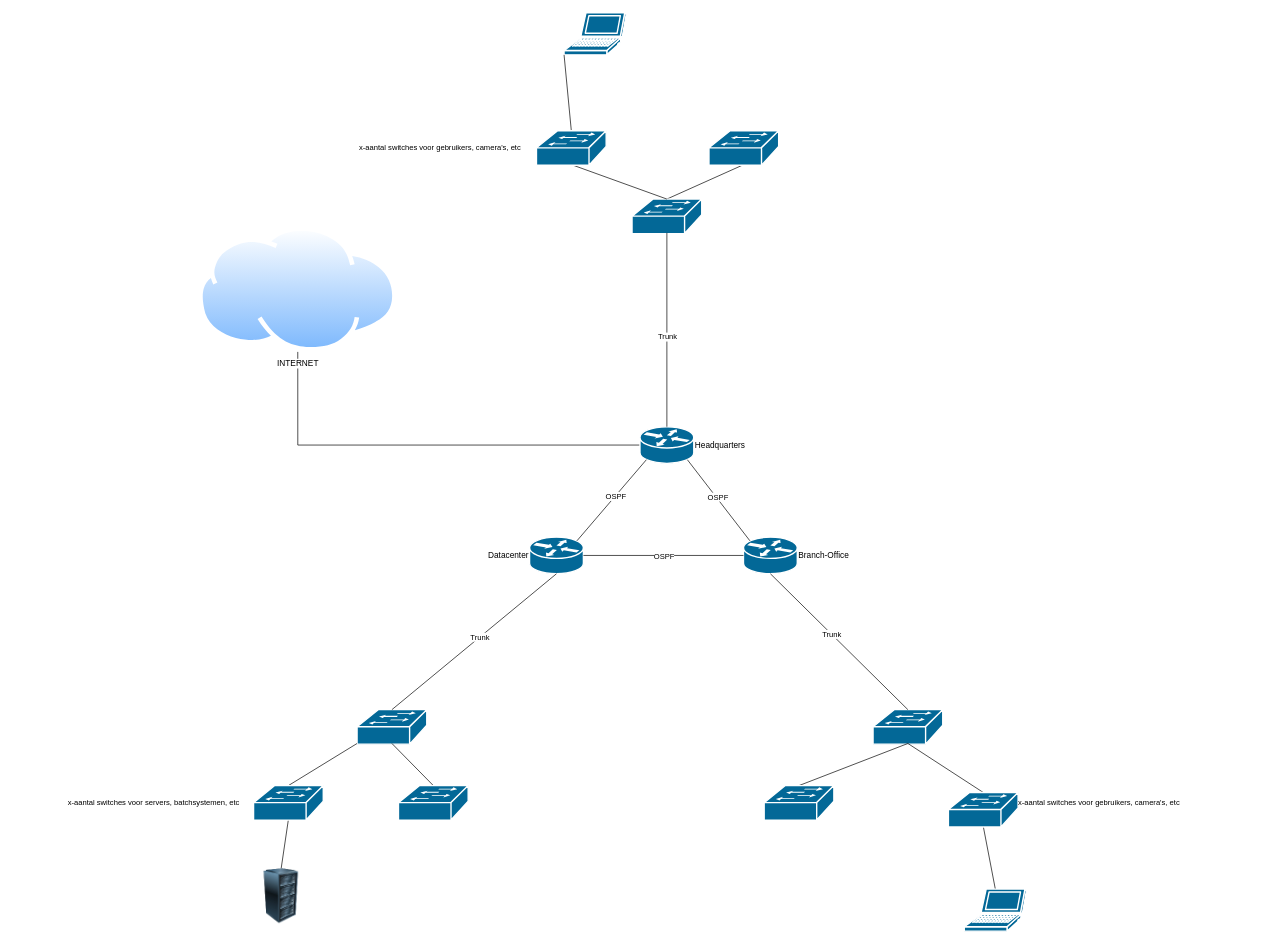
Above: Diagram/RSW23-24.drawio in ArnoUCLL/RSW23-24 (draw.io), before the change. Source tidied: cells renumbered, new cells numbered last; positions are measured from the earlier drawing's top-left corner, leaving out a move shared by most shapes. Both pictures are drawn from the tidied source at 69%, with x=0, y=0 at pixel (60, 12).
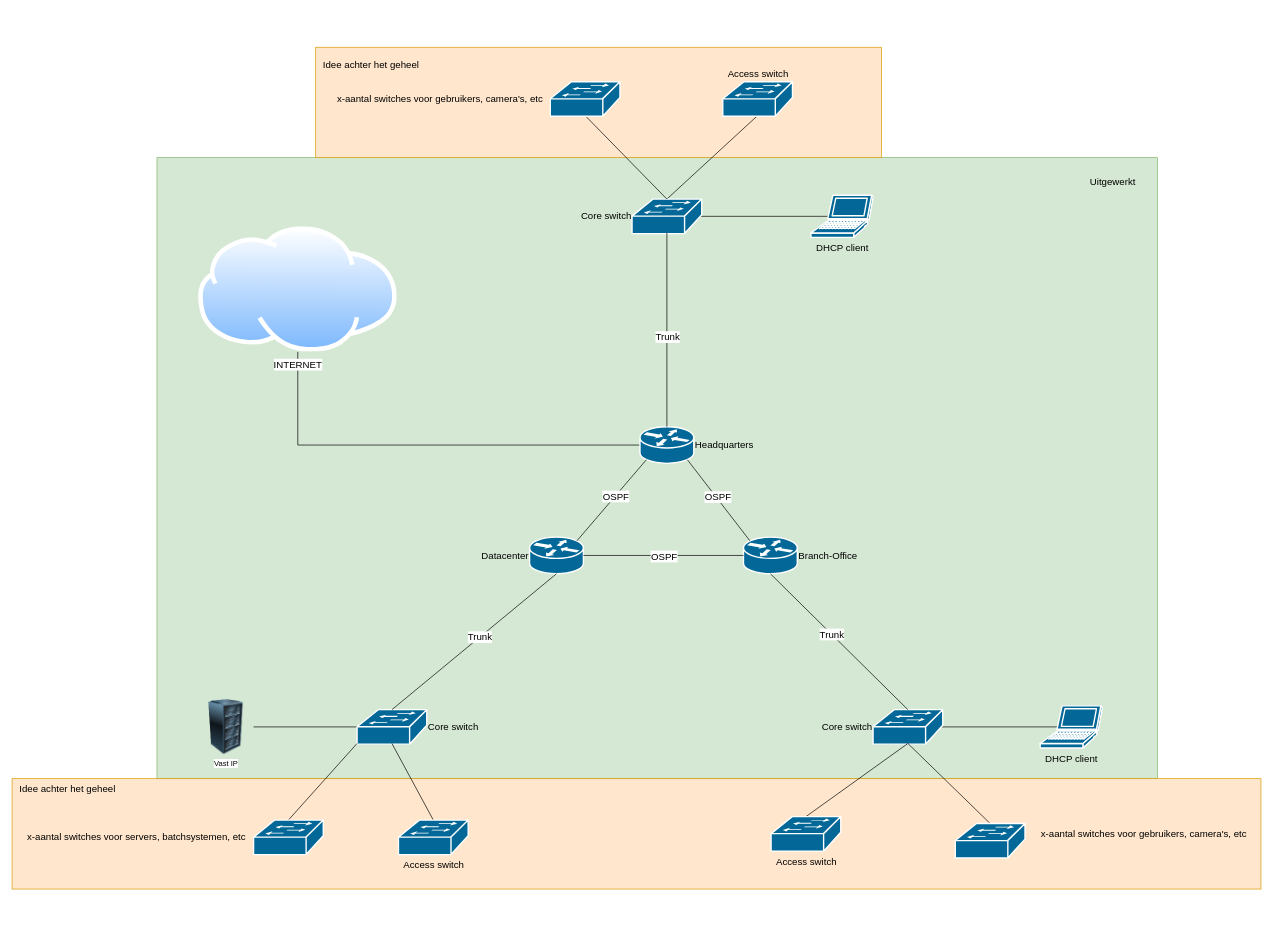
The same page after the edit.

The change refers to these unchanged cells:
```xml
<mxCell id="7" style="edgeStyle=none;shape=connector;rounded=0;jettySize=auto;html=1;exitX=0.12;exitY=0.9;exitDx=0;exitDy=0;exitPerimeter=0;entryX=0.88;entryY=0.1;entryDx=0;entryDy=0;entryPerimeter=0;labelBackgroundColor=default;strokeColor=default;align=center;verticalAlign=middle;fontFamily=Helvetica;fontSize=11;fontColor=default;endArrow=none;endFill=0;" parent="1" edge="1" source="3" target="5">
  <mxGeometry relative="1" as="geometry" />
</mxCell>
<mxCell id="9" style="edgeStyle=none;shape=connector;rounded=0;jettySize=auto;html=1;exitX=1;exitY=0.5;exitDx=0;exitDy=0;exitPerimeter=0;entryX=0;entryY=0.5;entryDx=0;entryDy=0;entryPerimeter=0;labelBackgroundColor=default;strokeColor=default;align=center;verticalAlign=middle;fontFamily=Helvetica;fontSize=11;fontColor=default;endArrow=none;endFill=0;" parent="1" edge="1" source="5" target="4">
  <mxGeometry relative="1" as="geometry" />
</mxCell>
<mxCell id="11" style="edgeStyle=none;shape=connector;rounded=0;jettySize=auto;html=1;exitX=0.12;exitY=0.1;exitDx=0;exitDy=0;exitPerimeter=0;entryX=0.88;entryY=0.9;entryDx=0;entryDy=0;entryPerimeter=0;labelBackgroundColor=default;strokeColor=default;align=center;verticalAlign=middle;fontFamily=Helvetica;fontSize=11;fontColor=default;endArrow=none;endFill=0;" parent="1" edge="1" source="4" target="3">
  <mxGeometry relative="1" as="geometry" />
</mxCell>
<mxCell id="15" style="edgeStyle=none;shape=connector;rounded=0;jettySize=auto;html=1;exitX=0.5;exitY=0;exitDx=0;exitDy=0;exitPerimeter=0;entryX=0.5;entryY=0.98;entryDx=0;entryDy=0;entryPerimeter=0;labelBackgroundColor=default;strokeColor=default;align=center;verticalAlign=middle;fontFamily=Helvetica;fontSize=11;fontColor=default;endArrow=none;endFill=0;" parent="1" edge="1" source="3" target="14">
  <mxGeometry relative="1" as="geometry" />
</mxCell>
<mxCell id="19" style="edgeStyle=none;shape=connector;rounded=0;jettySize=auto;html=1;exitX=0.5;exitY=1;exitDx=0;exitDy=0;exitPerimeter=0;entryX=0.5;entryY=0;entryDx=0;entryDy=0;entryPerimeter=0;labelBackgroundColor=default;strokeColor=default;align=center;verticalAlign=middle;fontFamily=Helvetica;fontSize=11;fontColor=default;endArrow=none;endFill=0;" parent="1" edge="1" source="5" target="17">
  <mxGeometry relative="1" as="geometry" />
</mxCell>
<mxCell id="21" style="edgeStyle=none;shape=connector;rounded=0;jettySize=auto;html=1;exitX=0.5;exitY=1;exitDx=0;exitDy=0;exitPerimeter=0;entryX=0.5;entryY=0;entryDx=0;entryDy=0;entryPerimeter=0;labelBackgroundColor=default;strokeColor=default;align=center;verticalAlign=middle;fontFamily=Helvetica;fontSize=11;fontColor=default;endArrow=none;endFill=0;" parent="1" edge="1" source="4" target="18">
  <mxGeometry relative="1" as="geometry" />
</mxCell>
```

Change to the diagram source:
```diff
@@
+    <mxCell id="43" style="rounded=0;whiteSpace=wrap;html=1;fontFamily=Helvetica;fontSize=11;fillColor=#d5e8d4;strokeColor=#82b366;" parent="1" vertex="1">
+      <mxGeometry x="140" y="210" width="1450" height="900" as="geometry" />
+    </mxCell>
+    <mxCell id="44" style="rounded=0;whiteSpace=wrap;html=1;fontFamily=Helvetica;fontSize=11;fillColor=#ffe6cc;strokeColor=#d79b00;" parent="1" vertex="1">
+      <mxGeometry x="370" y="50" width="820" height="160" as="geometry" />
+    </mxCell>
+    <mxCell id="45" style="rounded=0;whiteSpace=wrap;html=1;fontFamily=Helvetica;fontSize=11;fillColor=#ffe6cc;strokeColor=#d79b00;" parent="1" vertex="1">
+      <mxGeometry x="-70" y="1110" width="1810" height="160" as="geometry" />
+    </mxCell>
@@
-    <mxCell id="3" value="Headquarters" style="shape=mxgraph.cisco.routers.router;sketch=0;html=1;dashed=0;fillColor=#036897;strokeColor=#ffffff;strokeWidth=2;verticalLabelPosition=middle;verticalAlign=middle;align=left;outlineConnect=0;labelPosition=right;" parent="1" vertex="1">
+    <mxCell id="3" value="Headquarters" style="shape=mxgraph.cisco.routers.router;sketch=0;html=1;dashed=0;fillColor=#036897;strokeColor=#ffffff;strokeWidth=2;verticalLabelPosition=middle;verticalAlign=middle;align=left;outlineConnect=0;labelPosition=right;fontSize=14;" parent="1" vertex="1">
       <mxGeometry x="840" y="600" width="78" height="53" as="geometry" />
     </mxCell>
-    <mxCell id="4" value="Branch-Office" style="shape=mxgraph.cisco.routers.router;sketch=0;html=1;dashed=0;fillColor=#036897;strokeColor=#ffffff;strokeWidth=2;verticalLabelPosition=middle;verticalAlign=middle;align=left;outlineConnect=0;labelPosition=right;" parent="1" vertex="1">
+    <mxCell id="4" value="Branch-Office" style="shape=mxgraph.cisco.routers.router;sketch=0;html=1;dashed=0;fillColor=#036897;strokeColor=#ffffff;strokeWidth=2;verticalLabelPosition=middle;verticalAlign=middle;align=left;outlineConnect=0;labelPosition=right;fontSize=14;" parent="1" vertex="1">
       <mxGeometry x="990" y="760" width="78" height="53" as="geometry" />
     </mxCell>
-    <mxCell id="5" value="Datacenter" style="shape=mxgraph.cisco.routers.router;sketch=0;html=1;dashed=0;fillColor=#036897;strokeColor=#ffffff;strokeWidth=2;verticalLabelPosition=middle;verticalAlign=middle;align=right;outlineConnect=0;labelPosition=left;" parent="1" vertex="1">
+    <mxCell id="5" value="Datacenter" style="shape=mxgraph.cisco.routers.router;sketch=0;html=1;dashed=0;fillColor=#036897;strokeColor=#ffffff;strokeWidth=2;verticalLabelPosition=middle;verticalAlign=middle;align=right;outlineConnect=0;labelPosition=left;fontSize=14;" parent="1" vertex="1">
       <mxGeometry x="680" y="760" width="78" height="53" as="geometry" />
     </mxCell>
-    <mxCell id="6" value="INTERNET" style="image;perimeter=ellipsePerimeter;html=1;align=center;shadow=0;dashed=0;spacingTop=3;image=img/lib/active_directory/internet_cloud.svg;" parent="1" vertex="1">
+    <mxCell id="6" value="INTERNET" style="image;perimeter=ellipsePerimeter;html=1;align=center;shadow=0;dashed=0;spacingTop=3;image=img/lib/active_directory/internet_cloud.svg;fontSize=14;" parent="1" vertex="1">
       <mxGeometry x="200" y="310" width="288.1" height="181.5" as="geometry" />
     </mxCell>
@@
-    <mxCell id="8" value="OSPF" style="edgeLabel;html=1;align=center;verticalAlign=middle;fontSize=11;fontFamily=Helvetica;fontColor=default;" parent="7" vertex="1">
+    <mxCell id="8" value="OSPF" style="edgeLabel;html=1;align=center;verticalAlign=middle;fontSize=14;fontFamily=Helvetica;fontColor=default;" parent="7" vertex="1">
       <mxGeometry x="-0.18" y="1" relative="1" as="geometry">
         <mxPoint x="-5" y="4" as="offset" />
       </mxGeometry>
     </mxCell>
@@
-    <mxCell id="10" value="OSPF" style="edgeLabel;html=1;align=center;verticalAlign=middle;fontSize=11;fontFamily=Helvetica;fontColor=default;" parent="9" vertex="1">
+    <mxCell id="10" value="OSPF" style="edgeLabel;html=1;align=center;verticalAlign=middle;fontSize=14;fontFamily=Helvetica;fontColor=default;" parent="9" vertex="1">
       <mxGeometry x="0.14" y="-3" relative="1" as="geometry">
         <mxPoint x="-16" y="-2" as="offset" />
       </mxGeometry>
     </mxCell>
@@
-    <mxCell id="12" value="OSPF" style="edgeLabel;html=1;align=center;verticalAlign=middle;fontSize=11;fontFamily=Helvetica;fontColor=default;" parent="11" vertex="1">
+    <mxCell id="12" value="OSPF" style="edgeLabel;html=1;align=center;verticalAlign=middle;fontSize=14;fontFamily=Helvetica;fontColor=default;" parent="11" vertex="1">
       <mxGeometry x="0.15" y="-2" relative="1" as="geometry">
         <mxPoint x="3" y="5" as="offset" />
       </mxGeometry>
     </mxCell>
@@
+    <mxCell id="46" style="rounded=0;jettySize=auto;html=1;exitX=0.98;exitY=0.5;exitDx=0;exitDy=0;exitPerimeter=0;entryX=0.28;entryY=0.5;entryDx=0;entryDy=0;entryPerimeter=0;endArrow=none;endFill=0;" parent="1" edge="1" source="14" target="25">
+      <mxGeometry relative="1" as="geometry" />
+    </mxCell>
-    <mxCell id="14" style="shape=mxgraph.cisco.switches.workgroup_switch;sketch=0;html=1;dashed=0;fillColor=#036897;strokeColor=#ffffff;strokeWidth=2;verticalLabelPosition=bottom;verticalAlign=top;align=center;outlineConnect=0;fontFamily=Helvetica;fontSize=11;fontColor=default;" parent="1" vertex="1">
+    <mxCell id="14" value="Core switch" style="shape=mxgraph.cisco.switches.workgroup_switch;sketch=0;html=1;dashed=0;fillColor=#036897;strokeColor=#ffffff;strokeWidth=2;verticalLabelPosition=middle;verticalAlign=middle;align=right;outlineConnect=0;fontFamily=Helvetica;fontSize=14;fontColor=default;labelPosition=left;" parent="1" vertex="1">
       <mxGeometry x="828.5" y="270" width="101" height="50" as="geometry" />
     </mxCell>
@@
-    <mxCell id="16" value="Trunk" style="edgeLabel;html=1;align=center;verticalAlign=middle;fontSize=11;fontFamily=Helvetica;fontColor=default;" parent="15" vertex="1">
+    <mxCell id="16" value="Trunk" style="edgeLabel;html=1;align=center;verticalAlign=middle;fontSize=14;fontFamily=Helvetica;fontColor=default;" parent="15" vertex="1">
       <mxGeometry x="-0.07" relative="1" as="geometry" />
     </mxCell>
+    <mxCell id="47" style="edgeStyle=none;shape=connector;rounded=0;jettySize=auto;html=1;exitX=0;exitY=0.5;exitDx=0;exitDy=0;exitPerimeter=0;entryX=1;entryY=0.5;entryDx=0;entryDy=0;labelBackgroundColor=default;strokeColor=default;fontFamily=Helvetica;fontSize=11;fontColor=default;endArrow=none;endFill=0;" parent="1" edge="1" source="17" target="39">
+      <mxGeometry relative="1" as="geometry" />
+    </mxCell>
-    <mxCell id="17" style="shape=mxgraph.cisco.switches.workgroup_switch;sketch=0;html=1;dashed=0;fillColor=#036897;strokeColor=#ffffff;strokeWidth=2;verticalLabelPosition=bottom;verticalAlign=top;align=center;outlineConnect=0;fontFamily=Helvetica;fontSize=11;fontColor=default;" parent="1" vertex="1">
+    <mxCell id="17" value="Core switch" style="shape=mxgraph.cisco.switches.workgroup_switch;sketch=0;html=1;dashed=0;fillColor=#036897;strokeColor=#ffffff;strokeWidth=2;verticalLabelPosition=middle;verticalAlign=middle;align=left;outlineConnect=0;fontFamily=Helvetica;fontSize=14;fontColor=default;labelPosition=right;" parent="1" vertex="1">
       <mxGeometry x="430" y="1010" width="101" height="50" as="geometry" />
     </mxCell>
+    <mxCell id="48" style="edgeStyle=none;shape=connector;rounded=0;jettySize=auto;html=1;exitX=0.98;exitY=0.5;exitDx=0;exitDy=0;exitPerimeter=0;entryX=0.28;entryY=0.5;entryDx=0;entryDy=0;entryPerimeter=0;labelBackgroundColor=default;strokeColor=default;fontFamily=Helvetica;fontSize=11;fontColor=default;endArrow=none;endFill=0;" parent="1" edge="1" source="18" target="24">
+      <mxGeometry relative="1" as="geometry" />
+    </mxCell>
-    <mxCell id="18" style="shape=mxgraph.cisco.switches.workgroup_switch;sketch=0;html=1;dashed=0;fillColor=#036897;strokeColor=#ffffff;strokeWidth=2;verticalLabelPosition=bottom;verticalAlign=top;align=center;outlineConnect=0;fontFamily=Helvetica;fontSize=11;fontColor=default;" parent="1" vertex="1">
+    <mxCell id="18" value="Core switch" style="shape=mxgraph.cisco.switches.workgroup_switch;sketch=0;html=1;dashed=0;fillColor=#036897;strokeColor=#ffffff;strokeWidth=2;verticalLabelPosition=middle;verticalAlign=middle;align=right;outlineConnect=0;fontFamily=Helvetica;fontSize=14;fontColor=default;labelPosition=left;" parent="1" vertex="1">
       <mxGeometry x="1177.8" y="1010" width="101" height="50" as="geometry" />
     </mxCell>
@@
-    <mxCell id="20" value="Trunk" style="edgeLabel;html=1;align=center;verticalAlign=middle;fontSize=11;fontFamily=Helvetica;fontColor=default;" parent="19" vertex="1">
+    <mxCell id="20" value="Trunk" style="edgeLabel;html=1;align=center;verticalAlign=middle;fontSize=14;fontFamily=Helvetica;fontColor=default;" parent="19" vertex="1">
       <mxGeometry x="-0.07" relative="1" as="geometry" />
     </mxCell>
@@
-    <mxCell id="22" value="Trunk" style="edgeLabel;html=1;align=center;verticalAlign=middle;fontSize=11;fontFamily=Helvetica;fontColor=default;" parent="21" vertex="1">
+    <mxCell id="22" value="Trunk" style="edgeLabel;html=1;align=center;verticalAlign=middle;fontSize=14;fontFamily=Helvetica;fontColor=default;" parent="21" vertex="1">
       <mxGeometry x="-0.11" relative="1" as="geometry" />
     </mxCell>
-    <mxCell id="23" style="edgeStyle=none;shape=connector;rounded=0;jettySize=auto;html=1;exitX=0.5;exitY=0;exitDx=0;exitDy=0;exitPerimeter=0;entryX=0.5;entryY=0.98;entryDx=0;entryDy=0;entryPerimeter=0;labelBackgroundColor=default;strokeColor=default;fontFamily=Helvetica;fontSize=11;fontColor=default;endArrow=none;endFill=0;" parent="1" edge="1" source="24" target="34">
-      <mxGeometry relative="1" as="geometry" />
-    </mxCell>
-    <mxCell id="24" style="shape=mxgraph.cisco.computers_and_peripherals.laptop;sketch=0;html=1;dashed=0;fillColor=#036897;strokeColor=#ffffff;strokeWidth=2;verticalLabelPosition=bottom;verticalAlign=top;align=center;outlineConnect=0;fontFamily=Helvetica;fontSize=11;fontColor=default;" parent="1" vertex="1">
-      <mxGeometry x="1310" y="1270" width="90" height="61" as="geometry" />
+    <mxCell id="24" value="DHCP client" style="shape=mxgraph.cisco.computers_and_peripherals.laptop;sketch=0;html=1;dashed=0;fillColor=#036897;strokeColor=#ffffff;strokeWidth=2;verticalLabelPosition=bottom;verticalAlign=top;align=center;outlineConnect=0;fontFamily=Helvetica;fontSize=14;fontColor=default;" parent="1" vertex="1">
+      <mxGeometry x="1420" y="1004.5" width="90" height="61" as="geometry" />
     </mxCell>
-    <mxCell id="25" style="shape=mxgraph.cisco.computers_and_peripherals.laptop;sketch=0;html=1;dashed=0;fillColor=#036897;strokeColor=#ffffff;strokeWidth=2;verticalLabelPosition=bottom;verticalAlign=top;align=center;outlineConnect=0;fontFamily=Helvetica;fontSize=11;fontColor=default;" parent="1" vertex="1">
-      <mxGeometry x="730" width="90" height="61" as="geometry" />
+    <mxCell id="25" value="&lt;font style=&quot;font-size: 14px;&quot;&gt;DHCP client&lt;/font&gt;" style="shape=mxgraph.cisco.computers_and_peripherals.laptop;sketch=0;html=1;dashed=0;fillColor=#036897;strokeColor=#ffffff;strokeWidth=2;verticalLabelPosition=bottom;verticalAlign=top;align=center;outlineConnect=0;fontFamily=Helvetica;fontSize=14;fontColor=default;" parent="1" vertex="1">
+      <mxGeometry x="1087.8" y="264.5" width="90" height="61" as="geometry" />
     </mxCell>
@@
-    <mxCell id="27" style="shape=mxgraph.cisco.switches.workgroup_switch;sketch=0;html=1;dashed=0;fillColor=#036897;strokeColor=#ffffff;strokeWidth=2;verticalLabelPosition=bottom;verticalAlign=top;align=center;outlineConnect=0;fontFamily=Helvetica;fontSize=11;fontColor=default;" parent="1" vertex="1">
-      <mxGeometry x="490" y="1120" width="101" height="50" as="geometry" />
+    <mxCell id="27" value="Access switch" style="shape=mxgraph.cisco.switches.workgroup_switch;sketch=0;html=1;dashed=0;fillColor=#036897;strokeColor=#ffffff;strokeWidth=2;verticalLabelPosition=bottom;verticalAlign=top;align=center;outlineConnect=0;fontFamily=Helvetica;fontSize=14;fontColor=default;" parent="1" vertex="1">
+      <mxGeometry x="490" y="1170" width="101" height="50" as="geometry" />
     </mxCell>
@@
-    <mxCell id="29" style="edgeStyle=none;shape=connector;rounded=0;jettySize=auto;html=1;exitX=0.5;exitY=0.98;exitDx=0;exitDy=0;exitPerimeter=0;entryX=0.5;entryY=0;entryDx=0;entryDy=0;labelBackgroundColor=default;strokeColor=default;fontFamily=Helvetica;fontSize=11;fontColor=default;endArrow=none;endFill=0;" parent="1" edge="1" source="30" target="39">
-      <mxGeometry relative="1" as="geometry" />
-    </mxCell>
     <mxCell id="30" style="shape=mxgraph.cisco.switches.workgroup_switch;sketch=0;html=1;dashed=0;fillColor=#036897;strokeColor=#ffffff;strokeWidth=2;verticalLabelPosition=bottom;verticalAlign=top;align=center;outlineConnect=0;fontFamily=Helvetica;fontSize=11;fontColor=default;" parent="1" vertex="1">
-      <mxGeometry x="280" y="1120" width="101" height="50" as="geometry" />
+      <mxGeometry x="280" y="1170" width="101" height="50" as="geometry" />
     </mxCell>
@@
-    <mxCell id="32" style="shape=mxgraph.cisco.switches.workgroup_switch;sketch=0;html=1;dashed=0;fillColor=#036897;strokeColor=#ffffff;strokeWidth=2;verticalLabelPosition=bottom;verticalAlign=top;align=center;outlineConnect=0;fontFamily=Helvetica;fontSize=11;fontColor=default;" parent="1" vertex="1">
-      <mxGeometry x="1020" y="1120" width="101" height="50" as="geometry" />
+    <mxCell id="32" value="Access switch" style="shape=mxgraph.cisco.switches.workgroup_switch;sketch=0;html=1;dashed=0;fillColor=#036897;strokeColor=#ffffff;strokeWidth=2;verticalLabelPosition=bottom;verticalAlign=top;align=center;outlineConnect=0;fontFamily=Helvetica;fontSize=14;fontColor=default;" parent="1" vertex="1">
+      <mxGeometry x="1030" y="1165" width="101" height="50" as="geometry" />
     </mxCell>
@@
     <mxCell id="34" style="shape=mxgraph.cisco.switches.workgroup_switch;sketch=0;html=1;dashed=0;fillColor=#036897;strokeColor=#ffffff;strokeWidth=2;verticalLabelPosition=bottom;verticalAlign=top;align=center;outlineConnect=0;fontFamily=Helvetica;fontSize=11;fontColor=default;" parent="1" vertex="1">
-      <mxGeometry x="1287" y="1130" width="101" height="50" as="geometry" />
+      <mxGeometry x="1297" y="1175" width="101" height="50" as="geometry" />
     </mxCell>
-    <mxCell id="35" style="edgeStyle=none;shape=connector;rounded=0;jettySize=auto;html=1;exitX=0.5;exitY=0;exitDx=0;exitDy=0;exitPerimeter=0;entryX=0;entryY=1;entryDx=0;entryDy=0;entryPerimeter=0;labelBackgroundColor=default;strokeColor=default;fontFamily=Helvetica;fontSize=11;fontColor=default;endArrow=none;endFill=0;" parent="1" edge="1" source="37" target="25">
-      <mxGeometry relative="1" as="geometry" />
-    </mxCell>
@@
     <mxCell id="37" style="shape=mxgraph.cisco.switches.workgroup_switch;sketch=0;html=1;dashed=0;fillColor=#036897;strokeColor=#ffffff;strokeWidth=2;verticalLabelPosition=bottom;verticalAlign=top;align=center;outlineConnect=0;fontFamily=Helvetica;fontSize=11;fontColor=default;" parent="1" vertex="1">
-      <mxGeometry x="690" y="171" width="101" height="50" as="geometry" />
+      <mxGeometry x="710" y="100" width="101" height="50" as="geometry" />
     </mxCell>
-    <mxCell id="38" style="shape=mxgraph.cisco.switches.workgroup_switch;sketch=0;html=1;dashed=0;fillColor=#036897;strokeColor=#ffffff;strokeWidth=2;verticalLabelPosition=bottom;verticalAlign=top;align=center;outlineConnect=0;fontFamily=Helvetica;fontSize=11;fontColor=default;" parent="1" vertex="1">
-      <mxGeometry x="940" y="171" width="101" height="50" as="geometry" />
+    <mxCell id="38" value="Access switch" style="shape=mxgraph.cisco.switches.workgroup_switch;sketch=0;html=1;dashed=0;fillColor=#036897;strokeColor=#ffffff;strokeWidth=2;verticalLabelPosition=top;verticalAlign=bottom;align=center;outlineConnect=0;fontFamily=Helvetica;fontSize=14;fontColor=default;labelPosition=center;" parent="1" vertex="1">
+      <mxGeometry x="960" y="100" width="101" height="50" as="geometry" />
     </mxCell>
-    <mxCell id="39" style="image;html=1;image=img/lib/clip_art/computers/Server_Rack_128x128.png;fontFamily=Helvetica;fontSize=11;fontColor=default;" parent="1" vertex="1">
-      <mxGeometry x="280" y="1240" width="80" height="80" as="geometry" />
+    <mxCell id="39" value="Vast IP" style="image;html=1;image=img/lib/clip_art/computers/Server_Rack_128x128.png;fontFamily=Helvetica;fontSize=11;fontColor=default;" parent="1" vertex="1">
+      <mxGeometry x="200" y="995" width="80" height="80" as="geometry" />
     </mxCell>
-    <mxCell id="40" value="x-aantal switches voor servers, batchsystemen, etc" style="text;html=1;align=center;verticalAlign=middle;strokeColor=none;fillColor=none;fontSize=11;fontFamily=Helvetica;fontColor=default;" parent="1" vertex="1">
-      <mxGeometry y="1130" width="270" height="30" as="geometry" />
+    <mxCell id="40" value="x-aantal switches voor servers, batchsystemen, etc" style="text;html=1;align=center;verticalAlign=middle;strokeColor=none;fillColor=none;fontSize=14;fontFamily=Helvetica;fontColor=default;" parent="1" vertex="1">
+      <mxGeometry x="-60" y="1180" width="340" height="30" as="geometry" />
     </mxCell>
-    <mxCell id="41" value="x-aantal switches voor gebruikers, camera's, etc" style="text;html=1;align=center;verticalAlign=middle;strokeColor=none;fillColor=none;fontSize=11;fontFamily=Helvetica;fontColor=default;" parent="1" vertex="1">
-      <mxGeometry x="1375" y="1130" width="260" height="30" as="geometry" />
+    <mxCell id="41" value="x-aantal switches voor gebruikers, camera's, etc" style="text;html=1;align=center;verticalAlign=middle;strokeColor=none;fillColor=none;fontSize=14;fontFamily=Helvetica;fontColor=default;" parent="1" vertex="1">
+      <mxGeometry x="1410" y="1175" width="320" height="30" as="geometry" />
     </mxCell>
-    <mxCell id="42" value="x-aantal switches voor gebruikers, camera's, etc" style="text;html=1;align=center;verticalAlign=middle;strokeColor=none;fillColor=none;fontSize=11;fontFamily=Helvetica;fontColor=default;" parent="1" vertex="1">
-      <mxGeometry x="420" y="181" width="260" height="30" as="geometry" />
+    <mxCell id="42" value="x-aantal switches voor gebruikers, camera's, etc" style="text;html=1;align=center;verticalAlign=middle;strokeColor=none;fillColor=none;fontSize=14;fontFamily=Helvetica;fontColor=default;" parent="1" vertex="1">
+      <mxGeometry x="390" y="110" width="320" height="30" as="geometry" />
     </mxCell>
+    <mxCell id="49" value="Uitgewerkt" style="text;html=1;align=center;verticalAlign=middle;strokeColor=none;fillColor=none;fontSize=14;fontFamily=Helvetica;fontColor=default;" parent="1" vertex="1">
+      <mxGeometry x="1480" y="230" width="90" height="30" as="geometry" />
+    </mxCell>
+    <mxCell id="50" value="&lt;font style=&quot;font-size: 14px;&quot;&gt;Idee achter het geheel&lt;/font&gt;" style="text;html=1;align=center;verticalAlign=middle;strokeColor=none;fillColor=none;fontSize=11;fontFamily=Helvetica;fontColor=default;" parent="1" vertex="1">
+      <mxGeometry x="370" y="60" width="160" height="30" as="geometry" />
+    </mxCell>
+    <mxCell id="51" value="&lt;font style=&quot;font-size: 14px;&quot;&gt;Idee achter het geheel&lt;/font&gt;" style="text;html=1;align=center;verticalAlign=middle;strokeColor=none;fillColor=none;fontSize=11;fontFamily=Helvetica;fontColor=default;" parent="1" vertex="1">
+      <mxGeometry x="-70" y="1110" width="160" height="30" as="geometry" />
+    </mxCell>
```
